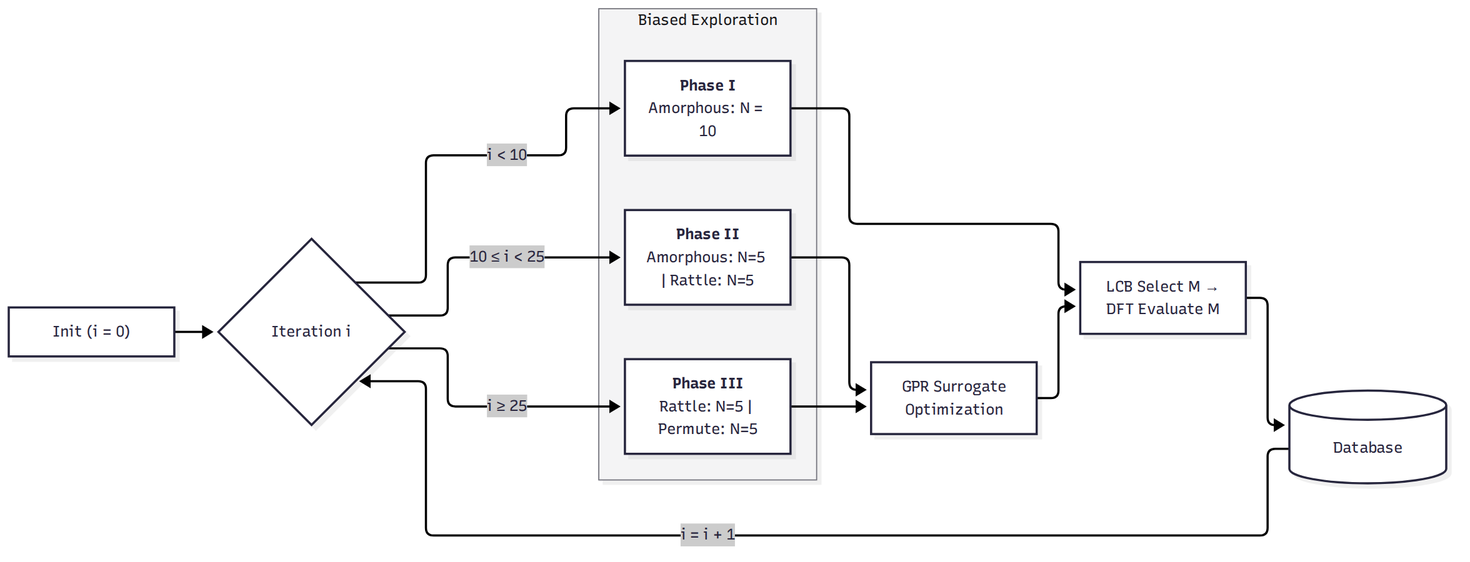
Earlier version of the Mermaid export paper_amorphous/papers/paper1/figures/methods_timeline.png (andim53/phd_research_v2). Its source is kept beside it as paper_amorphous/codes/methods_timeline.mmd.
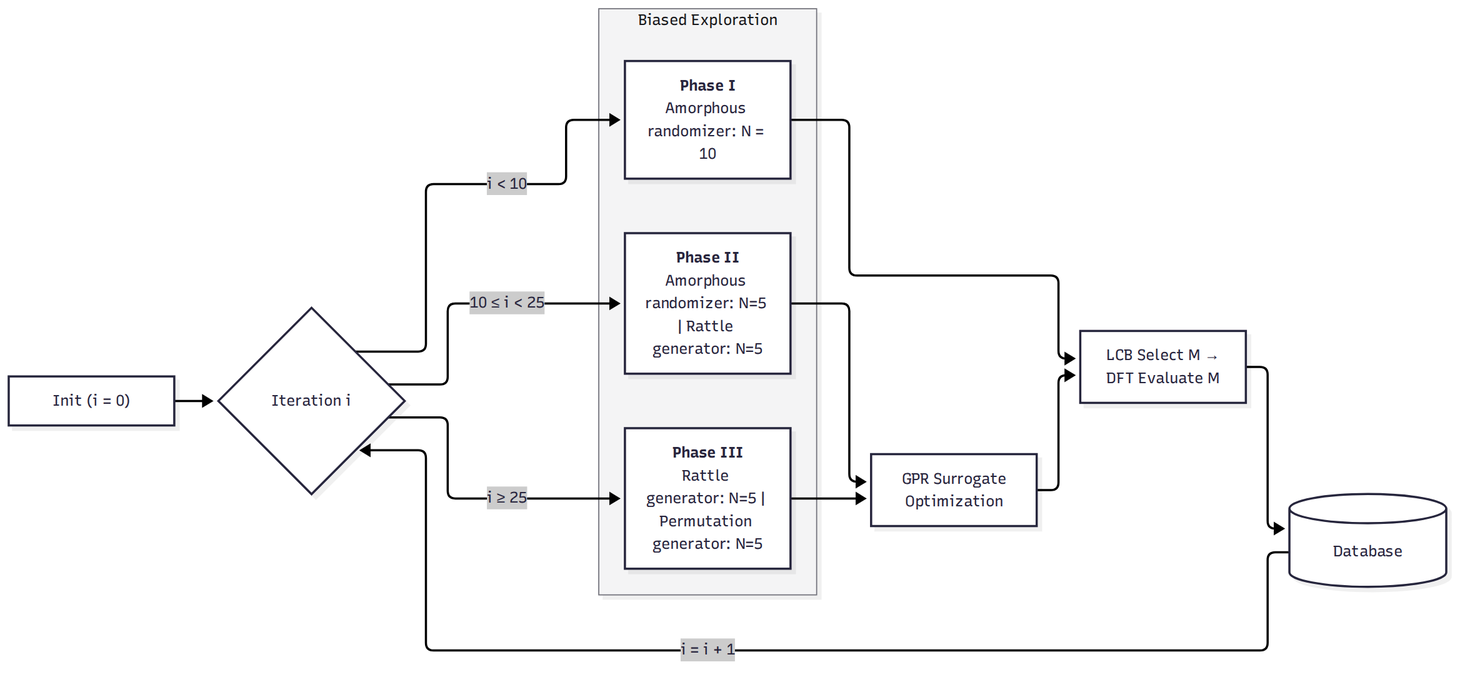
Later version of the same file.

Commit message:
paper_amorphous: Fig. 1 — generator labels match .tex naming (amorphous randomizer / rattle generator / permutation generator)

- methods_timeline.mmd: P1-P3 labels use full generator names, consistent with 03_methods.tex
- documented -s 3 high-res flag in render comment
- re-rendered 2352x1083 @ 363 ppi

Diff of the diagram source:
```diff
@@ -4,9 +4,9 @@
 
     subgraph BE["Biased Exploration"]
         direction TB
-        P1["<b>Phase I</b><br/>Amorphous: N = 10"]
-        P2["<b>Phase II</b><br/>Amorphous: N=5 | Rattle: N=5"]
-        P3["<b>Phase III</b><br/>Rattle: N=5 | Permute: N=5"]
+        P1["<b>Phase I</b><br/>Amorphous randomizer: N = 10"]
+        P2["<b>Phase II</b><br/>Amorphous randomizer: N=5 | Rattle generator: N=5"]
+        P3["<b>Phase III</b><br/>Rattle generator: N=5 | Permutation generator: N=5"]
     end
 
     GPR["GPR Surrogate<br/>Optimization"]
```
